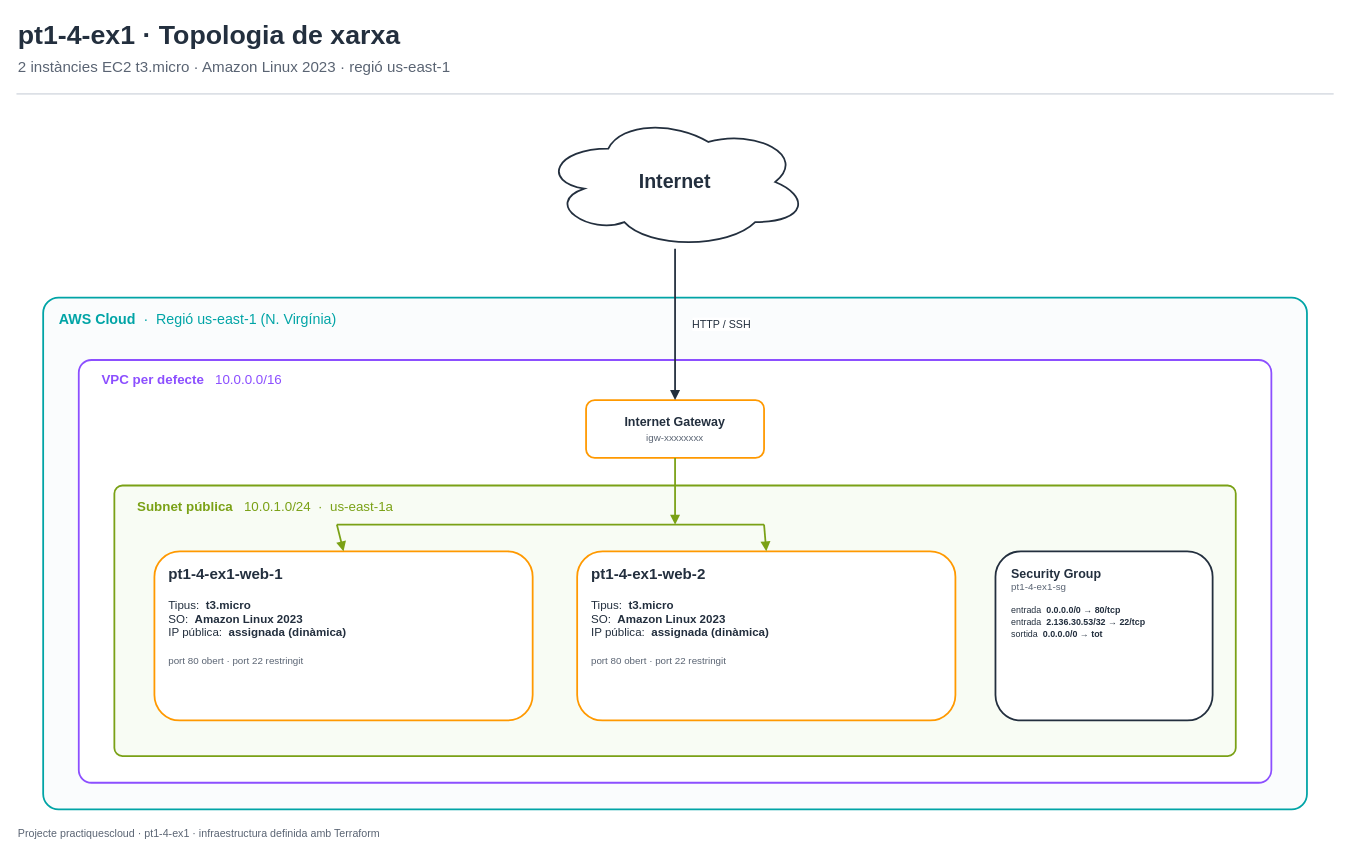
Before: pt1-4-ex1/assets/topologia.drawio in Tabrih/practiquescloud, a draw.io diagram. Source tidied: cells renumbered, new cells numbered last; positions are measured from the earlier drawing's top-left corner, leaving out a move shared by most shapes. Both pictures are drawn from the tidied source at 89%, with x=0, y=0 at pixel (16, 15).
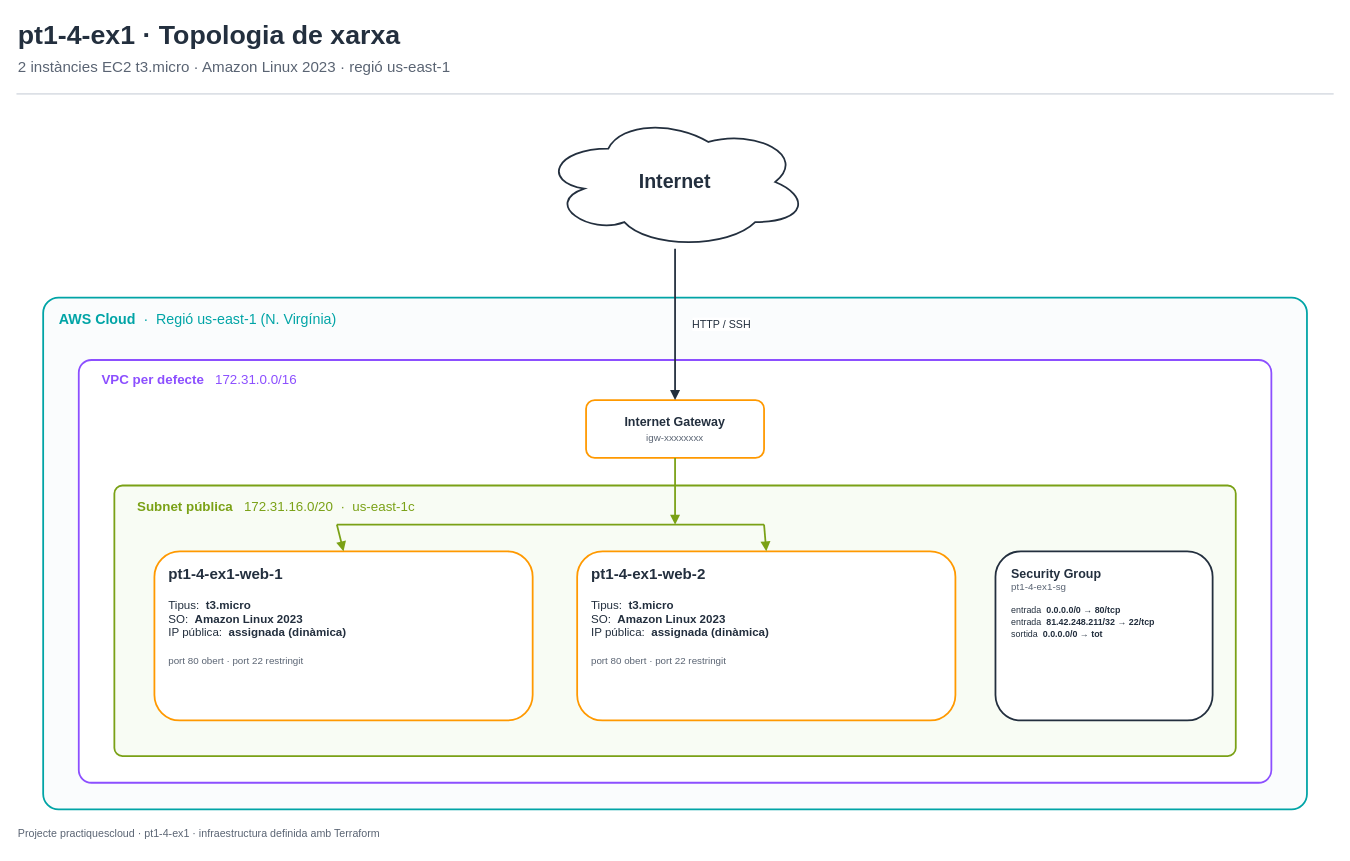
The same diagram, later.

Diff of the diagram source:
```diff
@@
-    <mxCell id="7" value="&lt;b&gt;VPC per defecte&lt;/b&gt;&amp;nbsp;&amp;nbsp;&amp;nbsp;10.0.0.0/16" style="rounded=1;arcSize=3;whiteSpace=wrap;html=1;align=left;verticalAlign=top;spacingLeft=24;spacingTop=6;fontSize=15;fontColor=#8C4FFF;strokeColor=#8C4FFF;fillColor=#FFFFFF;strokeWidth=2;" parent="1" vertex="1">
+    <mxCell id="7" value="&lt;b&gt;VPC per defecte&lt;/b&gt;&amp;nbsp;&amp;nbsp;&amp;nbsp;172.31.0.0/16" style="rounded=1;arcSize=3;whiteSpace=wrap;html=1;align=left;verticalAlign=top;spacingLeft=24;spacingTop=6;fontSize=15;fontColor=#8C4FFF;strokeColor=#8C4FFF;fillColor=#FFFFFF;strokeWidth=2;" parent="1" vertex="1">
       <mxGeometry x="70" y="387" width="1340" height="475" as="geometry" />
     </mxCell>
-    <mxCell id="8" value="&lt;b&gt;Subnet pública&lt;/b&gt;&amp;nbsp;&amp;nbsp;&amp;nbsp;10.0.1.0/24&amp;nbsp;&amp;nbsp;·&amp;nbsp;&amp;nbsp;us-east-1a" style="rounded=1;arcSize=3;whiteSpace=wrap;html=1;align=left;verticalAlign=top;spacingLeft=24;spacingTop=8;fontSize=15;fontColor=#7AA116;strokeColor=#7AA116;fillColor=#F8FCF4;strokeWidth=2;" parent="1" vertex="1">
+    <mxCell id="8" value="&lt;b&gt;Subnet pública&lt;/b&gt;&amp;nbsp;&amp;nbsp;&amp;nbsp;172.31.16.0/20&amp;nbsp;&amp;nbsp;·&amp;nbsp;&amp;nbsp;us-east-1c" style="rounded=1;arcSize=3;whiteSpace=wrap;html=1;align=left;verticalAlign=top;spacingLeft=24;spacingTop=8;fontSize=15;fontColor=#7AA116;strokeColor=#7AA116;fillColor=#F8FCF4;strokeWidth=2;" parent="1" vertex="1">
       <mxGeometry x="110" y="528" width="1260" height="304" as="geometry" />
     </mxCell>
@@
-    <mxCell id="12" value="&lt;b style=&quot;font-size:14px&quot;&gt;Security Group&lt;/b&gt;&lt;br&gt;&lt;font style=&quot;font-size:11px&quot; color=&quot;#5A6473&quot;&gt;pt1-4-ex1-sg&lt;/font&gt;&lt;br&gt;&lt;br&gt;&lt;font style=&quot;font-size:10px&quot;&gt;entrada&amp;nbsp;&amp;nbsp;&lt;b&gt;0.0.0.0/0 → 80/tcp&lt;/b&gt;&lt;br&gt;entrada&amp;nbsp;&amp;nbsp;&lt;b&gt;2.136.30.53/32 → 22/tcp&lt;/b&gt;&lt;br&gt;sortida&amp;nbsp;&amp;nbsp;&lt;b&gt;0.0.0.0/0 → tot&lt;/b&gt;&lt;/font&gt;" style="rounded=1;whiteSpace=wrap;html=1;align=left;verticalAlign=top;spacingLeft=16;spacingTop=10;fontSize=11;fontColor=#232F3E;strokeColor=#232F3E;fillColor=#FFFFFF;strokeWidth=2;" parent="1" vertex="1">
+    <mxCell id="12" value="&lt;b style=&quot;font-size:14px&quot;&gt;Security Group&lt;/b&gt;&lt;br&gt;&lt;font style=&quot;font-size:11px&quot; color=&quot;#5A6473&quot;&gt;pt1-4-ex1-sg&lt;/font&gt;&lt;br&gt;&lt;br&gt;&lt;font style=&quot;font-size:10px&quot;&gt;entrada&amp;nbsp;&amp;nbsp;&lt;b&gt;0.0.0.0/0 → 80/tcp&lt;/b&gt;&lt;br&gt;entrada&amp;nbsp;&amp;nbsp;&lt;b&gt;81.42.248.211/32 → 22/tcp&lt;/b&gt;&lt;br&gt;sortida&amp;nbsp;&amp;nbsp;&lt;b&gt;0.0.0.0/0 → tot&lt;/b&gt;&lt;/font&gt;" style="rounded=1;whiteSpace=wrap;html=1;align=left;verticalAlign=top;spacingLeft=16;spacingTop=10;fontSize=11;fontColor=#232F3E;strokeColor=#232F3E;fillColor=#FFFFFF;strokeWidth=2;" parent="1" vertex="1">
       <mxGeometry x="1100" y="602" width="244" height="190" as="geometry" />
     </mxCell>
```
